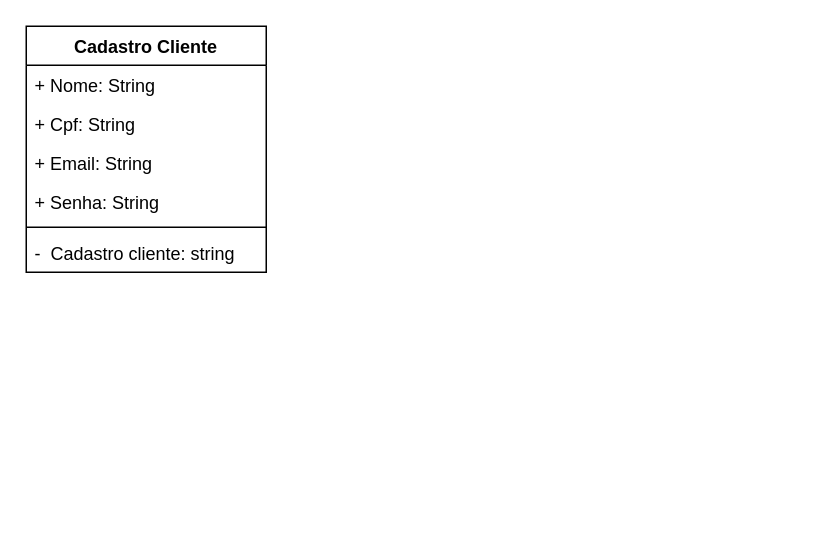
Anthony-zzz/diagramasderequisitos keeps this draw.io diagram as page "Página-9" (9 of 9) of Diagrama sem nome.drawio. Above is the earlier version. Source tidied: cells renumbered, new cells numbered last; positions are measured from the earlier drawing's top-left corner, leaving out a move shared by most shapes. Both pictures are drawn from the tidied source at 150%, with x=0, y=0 at pixel (26, 26).
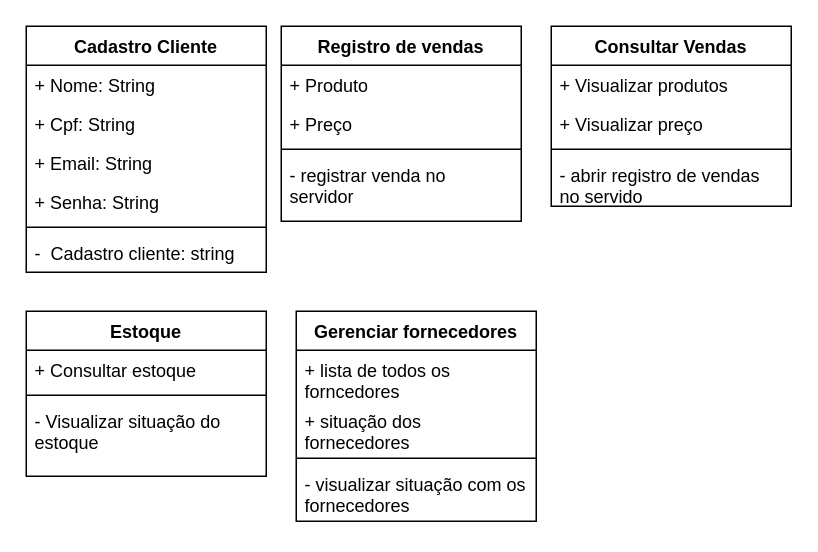
Above is the later version.

Diff of the diagram source:
```diff
@@
+    <mxCell id="9" value="Registro de vendas" style="swimlane;fontStyle=1;align=center;verticalAlign=top;horizontal=1;startSize=26;whiteSpace=wrap;html=1;" parent="1" vertex="1">
+      <mxGeometry x="170" width="160" height="130" as="geometry" />
+    </mxCell>
+    <mxCell id="10" value="+ Produto" style="text;strokeColor=none;fillColor=none;align=left;verticalAlign=top;spacingLeft=4;spacingRight=4;overflow=hidden;whiteSpace=wrap;html=1;" parent="9" vertex="1">
+      <mxGeometry y="26" width="160" height="26" as="geometry" />
+    </mxCell>
+    <mxCell id="11" value="+ Preço" style="text;strokeColor=none;fillColor=none;align=left;verticalAlign=top;spacingLeft=4;spacingRight=4;overflow=hidden;whiteSpace=wrap;html=1;" parent="9" vertex="1">
+      <mxGeometry y="52" width="160" height="26" as="geometry" />
+    </mxCell>
+    <mxCell id="12" style="line;strokeWidth=1;fillColor=none;align=left;verticalAlign=middle;spacingTop=-1;spacingLeft=3;spacingRight=3;labelPosition=right;strokeColor=inherit;" parent="9" vertex="1">
+      <mxGeometry y="78" width="160" height="8" as="geometry" />
+    </mxCell>
+    <mxCell id="13" value="- registrar venda no servidor" style="text;strokeColor=none;fillColor=none;align=left;verticalAlign=top;spacingLeft=4;spacingRight=4;overflow=hidden;whiteSpace=wrap;html=1;" parent="9" vertex="1">
+      <mxGeometry y="86" width="160" height="44" as="geometry" />
+    </mxCell>
+    <mxCell id="14" value="Consultar Vendas" style="swimlane;fontStyle=1;align=center;verticalAlign=top;horizontal=1;startSize=26;whiteSpace=wrap;html=1;" parent="1" vertex="1">
+      <mxGeometry x="350" width="160" height="120" as="geometry" />
+    </mxCell>
+    <mxCell id="15" value="+ Visualizar produtos" style="text;strokeColor=none;fillColor=none;align=left;verticalAlign=top;spacingLeft=4;spacingRight=4;overflow=hidden;whiteSpace=wrap;html=1;" parent="14" vertex="1">
+      <mxGeometry y="26" width="160" height="26" as="geometry" />
+    </mxCell>
+    <mxCell id="16" value="+ Visualizar preço" style="text;strokeColor=none;fillColor=none;align=left;verticalAlign=top;spacingLeft=4;spacingRight=4;overflow=hidden;whiteSpace=wrap;html=1;" parent="14" vertex="1">
+      <mxGeometry y="52" width="160" height="26" as="geometry" />
+    </mxCell>
+    <mxCell id="17" style="line;strokeWidth=1;fillColor=none;align=left;verticalAlign=middle;spacingTop=-1;spacingLeft=3;spacingRight=3;labelPosition=right;strokeColor=inherit;" parent="14" vertex="1">
+      <mxGeometry y="78" width="160" height="8" as="geometry" />
+    </mxCell>
+    <mxCell id="18" value="- abrir registro de vendas no servido" style="text;strokeColor=none;fillColor=none;align=left;verticalAlign=top;spacingLeft=4;spacingRight=4;overflow=hidden;whiteSpace=wrap;html=1;" parent="14" vertex="1">
+      <mxGeometry y="86" width="160" height="34" as="geometry" />
+    </mxCell>
+    <mxCell id="19" value="Estoque" style="swimlane;fontStyle=1;align=center;verticalAlign=top;horizontal=1;startSize=26;whiteSpace=wrap;html=1;" parent="1" vertex="1">
+      <mxGeometry y="190" width="160" height="110" as="geometry" />
+    </mxCell>
+    <mxCell id="20" value="+ Consultar estoque" style="text;strokeColor=none;fillColor=none;align=left;verticalAlign=top;spacingLeft=4;spacingRight=4;overflow=hidden;whiteSpace=wrap;html=1;" parent="19" vertex="1">
+      <mxGeometry y="26" width="160" height="26" as="geometry" />
+    </mxCell>
+    <mxCell id="21" style="line;strokeWidth=1;fillColor=none;align=left;verticalAlign=middle;spacingTop=-1;spacingLeft=3;spacingRight=3;labelPosition=right;strokeColor=inherit;" parent="19" vertex="1">
+      <mxGeometry y="52" width="160" height="8" as="geometry" />
+    </mxCell>
+    <mxCell id="22" value="- Visualizar situação do estoque" style="text;strokeColor=none;fillColor=none;align=left;verticalAlign=top;spacingLeft=4;spacingRight=4;overflow=hidden;whiteSpace=wrap;html=1;" parent="19" vertex="1">
+      <mxGeometry y="60" width="160" height="50" as="geometry" />
+    </mxCell>
+    <mxCell id="23" value="Gerenciar fornecedores" style="swimlane;fontStyle=1;align=center;verticalAlign=top;horizontal=1;startSize=26;whiteSpace=wrap;html=1;" parent="1" vertex="1">
+      <mxGeometry x="180" y="190" width="160" height="140" as="geometry" />
+    </mxCell>
+    <mxCell id="24" value="+ lista de todos os forncedores" style="text;strokeColor=none;fillColor=none;align=left;verticalAlign=top;spacingLeft=4;spacingRight=4;overflow=hidden;whiteSpace=wrap;html=1;" parent="23" vertex="1">
+      <mxGeometry y="26" width="160" height="34" as="geometry" />
+    </mxCell>
+    <mxCell id="25" value="+ situação dos fornecedores" style="text;strokeColor=none;fillColor=none;align=left;verticalAlign=top;spacingLeft=4;spacingRight=4;overflow=hidden;whiteSpace=wrap;html=1;" parent="23" vertex="1">
+      <mxGeometry y="60" width="160" height="34" as="geometry" />
+    </mxCell>
+    <mxCell id="26" style="line;strokeWidth=1;fillColor=none;align=left;verticalAlign=middle;spacingTop=-1;spacingLeft=3;spacingRight=3;labelPosition=right;strokeColor=inherit;" parent="23" vertex="1">
+      <mxGeometry y="94" width="160" height="8" as="geometry" />
+    </mxCell>
+    <mxCell id="27" value="- visualizar situação com os fornecedores" style="text;strokeColor=none;fillColor=none;align=left;verticalAlign=top;spacingLeft=4;spacingRight=4;overflow=hidden;whiteSpace=wrap;html=1;" parent="23" vertex="1">
+      <mxGeometry y="102" width="160" height="38" as="geometry" />
+    </mxCell>
```
